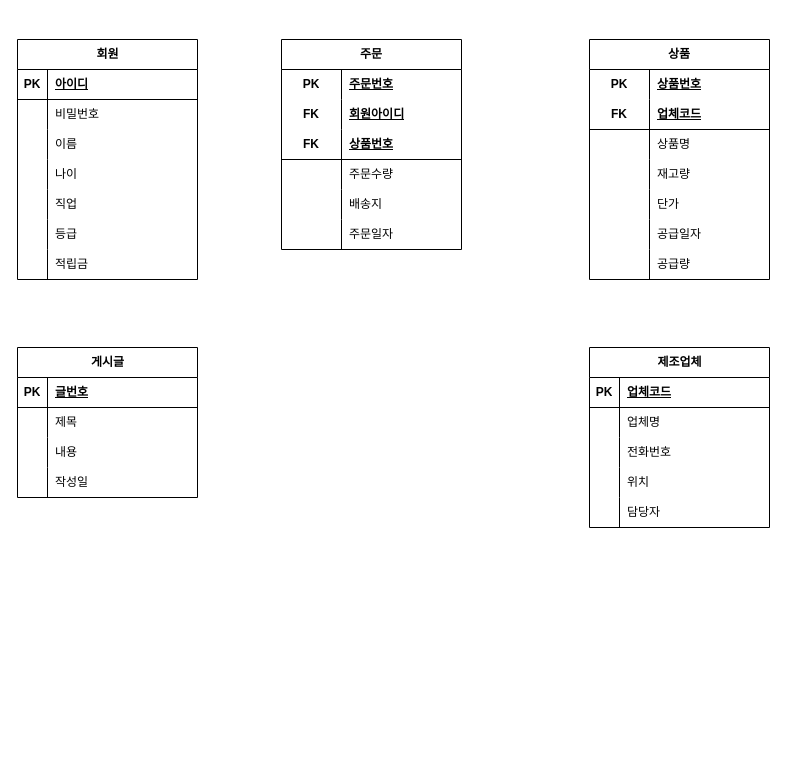
This is page "페이지-2" (2 of 2) of 한빛마트.drawio from jinkyungpark/dbdesign, a draw.io file, before an edit. Source tidied: cells renumbered, new cells numbered last; positions are measured from the earlier drawing's top-left corner, leaving out a move shared by most shapes. Both pictures are drawn from the tidied source at 100%, with x=0, y=0 at pixel (17, 39).
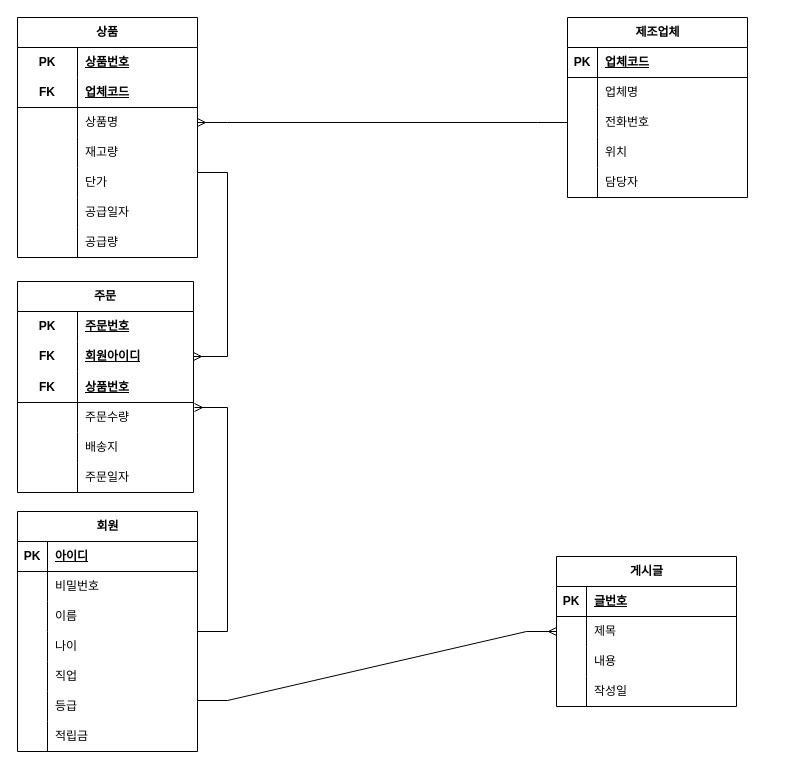
After the change.

Commit message:
한빛마트.drawio 업데이트

Unchanged cells that the change refers to:
```xml
<mxCell id="44" style="shape=tableRow;horizontal=0;startSize=0;swimlaneHead=0;swimlaneBody=0;fillColor=none;points=[[0,0.5],[1,0.5]];portConstraint=eastwest;top=0;left=0;right=0;bottom=0;" parent="37" vertex="1">
  <mxGeometry y="90" width="180" height="30" as="geometry" />
</mxCell>
<mxCell id="60" style="shape=tableRow;horizontal=0;startSize=0;swimlaneHead=0;swimlaneBody=0;fillColor=none;points=[[0,0.5],[1,0.5]];portConstraint=eastwest;top=0;left=0;right=0;bottom=0;html=1;" parent="53" vertex="1">
  <mxGeometry y="90" width="180" height="30" as="geometry" />
</mxCell>
```

Diff of the diagram source:
```diff
@@
     <mxCell id="2" value="회원" style="shape=table;startSize=30;childLayout=tableLayout;rowLines=0;fontStyle=1;align=center;html=1;" parent="1" vertex="1">
-      <mxGeometry width="180" height="240" as="geometry" />
+      <mxGeometry y="472" width="180" height="240" as="geometry" />
     </mxCell>
@@
     <mxCell id="24" value="게시글" style="shape=table;startSize=30;childLayout=tableLayout;rowLines=0;fontStyle=1;align=center;html=1;" parent="1" vertex="1">
-      <mxGeometry y="308" width="180" height="150" as="geometry" />
+      <mxGeometry x="539" y="517" width="180" height="150" as="geometry" />
     </mxCell>
@@
     <mxCell id="37" value="제조업체" style="shape=table;startSize=30;childLayout=tableLayout;rowLines=0;fontStyle=1;align=center;html=1;" parent="1" vertex="1">
-      <mxGeometry x="572" y="308" width="180" height="180" as="geometry" />
+      <mxGeometry x="550" y="-22" width="180" height="180" as="geometry" />
     </mxCell>
@@
     <mxCell id="53" value="상품" style="shape=table;startSize=30;childLayout=tableLayout;rowLines=0;fontStyle=1;align=center;html=1;whiteSpace=wrap;" parent="1" vertex="1">
-      <mxGeometry x="572" width="180" height="240" as="geometry" />
+      <mxGeometry y="-22" width="180" height="240" as="geometry" />
     </mxCell>
@@
     <mxCell id="75" value="주문" style="shape=table;startSize=30;childLayout=tableLayout;rowLines=0;fontStyle=1;align=center;html=1;whiteSpace=wrap;" parent="1" vertex="1">
-      <mxGeometry x="264" width="180" height="210" as="geometry" />
+      <mxGeometry y="242" width="176" height="211" as="geometry" />
     </mxCell>
     <mxCell id="76" style="shape=tableRow;horizontal=0;startSize=0;swimlaneHead=0;swimlaneBody=0;fillColor=none;top=0;left=0;right=0;bottom=0;html=1;" parent="75" vertex="1">
-      <mxGeometry y="30" width="180" height="30" as="geometry" />
+      <mxGeometry y="30" width="176" height="30" as="geometry" />
     </mxCell>
@@
     <mxCell id="78" value="주문번호" style="shape=partialRectangle;fillColor=none;top=0;left=0;bottom=0;right=0;align=left;spacingLeft=6;fontStyle=5;overflow=hidden;html=1;whiteSpace=wrap;" parent="76" vertex="1">
-      <mxGeometry x="60" width="120" height="30" as="geometry" />
+      <mxGeometry x="60" width="116" height="30" as="geometry" />
     </mxCell>
     <mxCell id="79" style="shape=tableRow;horizontal=0;startSize=0;swimlaneHead=0;swimlaneBody=0;fillColor=none;points=[[0,0.5],[1,0.5]];portConstraint=eastwest;top=0;left=0;right=0;bottom=0;html=1;" parent="75" vertex="1">
-      <mxGeometry y="60" width="180" height="30" as="geometry" />
+      <mxGeometry y="60" width="176" height="30" as="geometry" />
     </mxCell>
@@
     <mxCell id="81" value="회원아이디" style="shape=partialRectangle;fillColor=none;top=0;left=0;bottom=0;right=0;align=left;spacingLeft=6;fontStyle=5;overflow=hidden;html=1;whiteSpace=wrap;" parent="79" vertex="1">
-      <mxGeometry x="60" width="120" height="30" as="geometry" />
+      <mxGeometry x="60" width="116" height="30" as="geometry" />
     </mxCell>
     <mxCell id="82" style="shape=tableRow;horizontal=0;startSize=0;swimlaneHead=0;swimlaneBody=0;fillColor=none;top=0;left=0;right=0;bottom=1;html=1;" parent="75" vertex="1">
-      <mxGeometry y="90" width="180" height="30" as="geometry" />
+      <mxGeometry y="90" width="176" height="31" as="geometry" />
     </mxCell>
     <mxCell id="83" value="FK" style="shape=partialRectangle;fillColor=none;top=0;left=0;bottom=0;right=0;fontStyle=1;overflow=hidden;html=1;whiteSpace=wrap;" parent="82" vertex="1">
-      <mxGeometry width="60" height="30" as="geometry" />
+      <mxGeometry width="60" height="31" as="geometry" />
     </mxCell>
     <mxCell id="84" value="상품번호" style="shape=partialRectangle;fillColor=none;top=0;left=0;bottom=0;right=0;align=left;spacingLeft=6;fontStyle=5;overflow=hidden;html=1;whiteSpace=wrap;" parent="82" vertex="1">
-      <mxGeometry x="60" width="120" height="30" as="geometry" />
+      <mxGeometry x="60" width="116" height="31" as="geometry" />
     </mxCell>
     <mxCell id="85" style="shape=tableRow;horizontal=0;startSize=0;swimlaneHead=0;swimlaneBody=0;fillColor=none;points=[[0,0.5],[1,0.5]];portConstraint=eastwest;top=0;left=0;right=0;bottom=0;html=1;" parent="75" vertex="1">
-      <mxGeometry y="120" width="180" height="30" as="geometry" />
+      <mxGeometry y="121" width="176" height="30" as="geometry" />
     </mxCell>
@@
     <mxCell id="87" value="주문수량" style="shape=partialRectangle;fillColor=none;top=0;left=0;bottom=0;right=0;align=left;spacingLeft=6;overflow=hidden;html=1;whiteSpace=wrap;" parent="85" vertex="1">
-      <mxGeometry x="60" width="120" height="30" as="geometry" />
+      <mxGeometry x="60" width="116" height="30" as="geometry" />
     </mxCell>
     <mxCell id="88" style="shape=tableRow;horizontal=0;startSize=0;swimlaneHead=0;swimlaneBody=0;fillColor=none;top=0;left=0;right=0;bottom=0;html=1;" parent="75" vertex="1">
-      <mxGeometry y="150" width="180" height="30" as="geometry" />
+      <mxGeometry y="151" width="176" height="30" as="geometry" />
     </mxCell>
@@
     <mxCell id="90" value="배송지" style="shape=partialRectangle;fillColor=none;top=0;left=0;bottom=0;right=0;align=left;spacingLeft=6;overflow=hidden;html=1;whiteSpace=wrap;" parent="88" vertex="1">
-      <mxGeometry x="60" width="120" height="30" as="geometry" />
+      <mxGeometry x="60" width="116" height="30" as="geometry" />
     </mxCell>
     <mxCell id="91" style="shape=tableRow;horizontal=0;startSize=0;swimlaneHead=0;swimlaneBody=0;fillColor=none;top=0;left=0;right=0;bottom=0;html=1;" parent="75" vertex="1">
-      <mxGeometry y="180" width="180" height="30" as="geometry" />
+      <mxGeometry y="181" width="176" height="30" as="geometry" />
     </mxCell>
@@
     <mxCell id="93" value="주문일자" style="shape=partialRectangle;fillColor=none;top=0;left=0;bottom=0;right=0;align=left;spacingLeft=6;overflow=hidden;html=1;whiteSpace=wrap;" parent="91" vertex="1">
-      <mxGeometry x="60" width="120" height="30" as="geometry" />
+      <mxGeometry x="60" width="116" height="30" as="geometry" />
     </mxCell>
+    <mxCell id="94" style="edgeStyle=entityRelationEdgeStyle;fontSize=12;html=1;endArrow=ERmany;rounded=0;" parent="1" edge="1" target="79">
+      <mxGeometry relative="1" as="geometry">
+        <mxPoint x="180" y="133" as="sourcePoint" />
+      </mxGeometry>
+    </mxCell>
+    <mxCell id="95" style="edgeStyle=entityRelationEdgeStyle;fontSize=12;html=1;endArrow=ERmany;rounded=0;exitX=0;exitY=0.5;exitDx=0;exitDy=0;entryX=1;entryY=0.5;entryDx=0;entryDy=0;" parent="1" edge="1" source="44" target="60">
+      <mxGeometry relative="1" as="geometry" />
+    </mxCell>
+    <mxCell id="96" style="edgeStyle=entityRelationEdgeStyle;fontSize=12;html=1;endArrow=ERmany;rounded=0;entryX=1.006;entryY=0.167;entryDx=0;entryDy=0;entryPerimeter=0;" parent="1" edge="1" source="2" target="85">
+      <mxGeometry relative="1" as="geometry">
+        <Array as="points">
+          <mxPoint x="187" y="660" />
+          <mxPoint x="103" y="847" />
+          <mxPoint x="37" y="1045" />
+        </Array>
+      </mxGeometry>
+    </mxCell>
+    <mxCell id="97" style="edgeStyle=entityRelationEdgeStyle;fontSize=12;html=1;endArrow=ERmany;rounded=0;" parent="1" edge="1" target="24">
+      <mxGeometry relative="1" as="geometry">
+        <mxPoint x="180" y="661" as="sourcePoint" />
+      </mxGeometry>
+    </mxCell>
```
